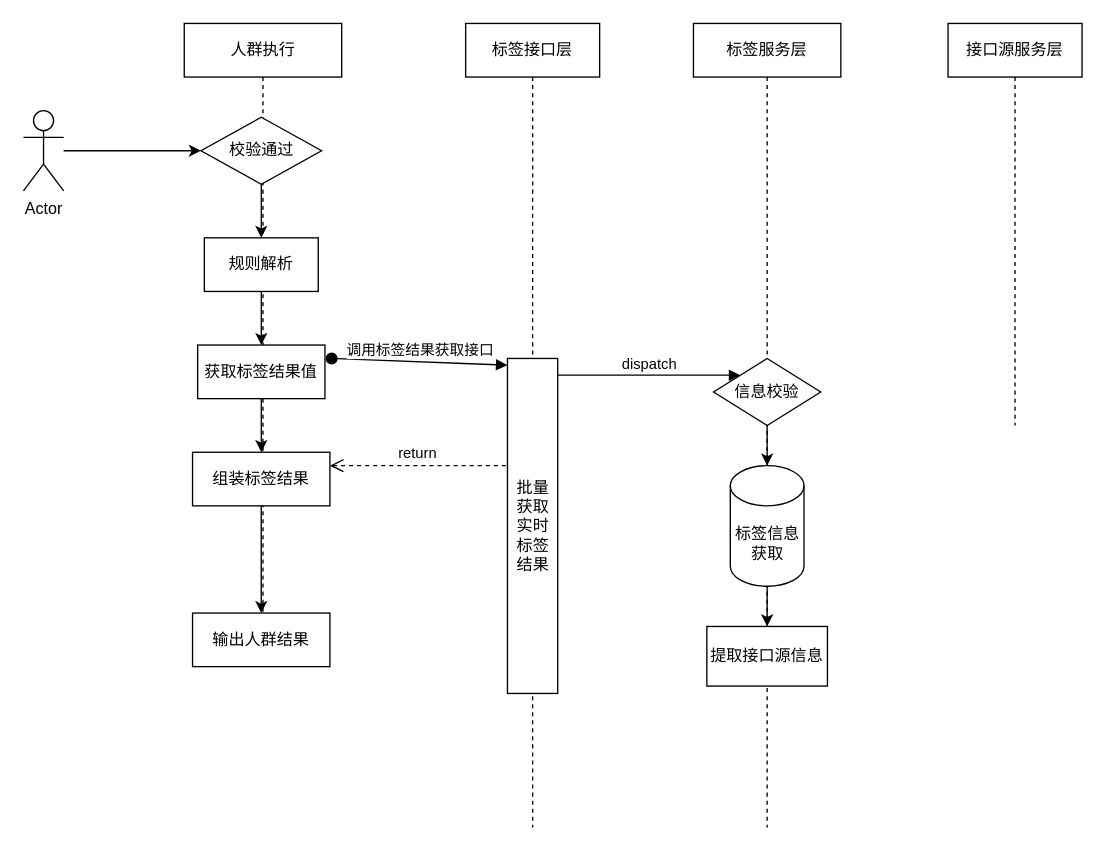
1418956397/JavaWeb-Project-Source-Share keeps this draw.io diagram as 实时标签泳道图.drawio. Above is the earlier version. Source tidied: cells renumbered, new cells numbered last; positions are measured from the earlier drawing's top-left corner, leaving out a move shared by most shapes. Both pictures are drawn from the tidied source at 134%, with x=0, y=0 at pixel (23, 23).
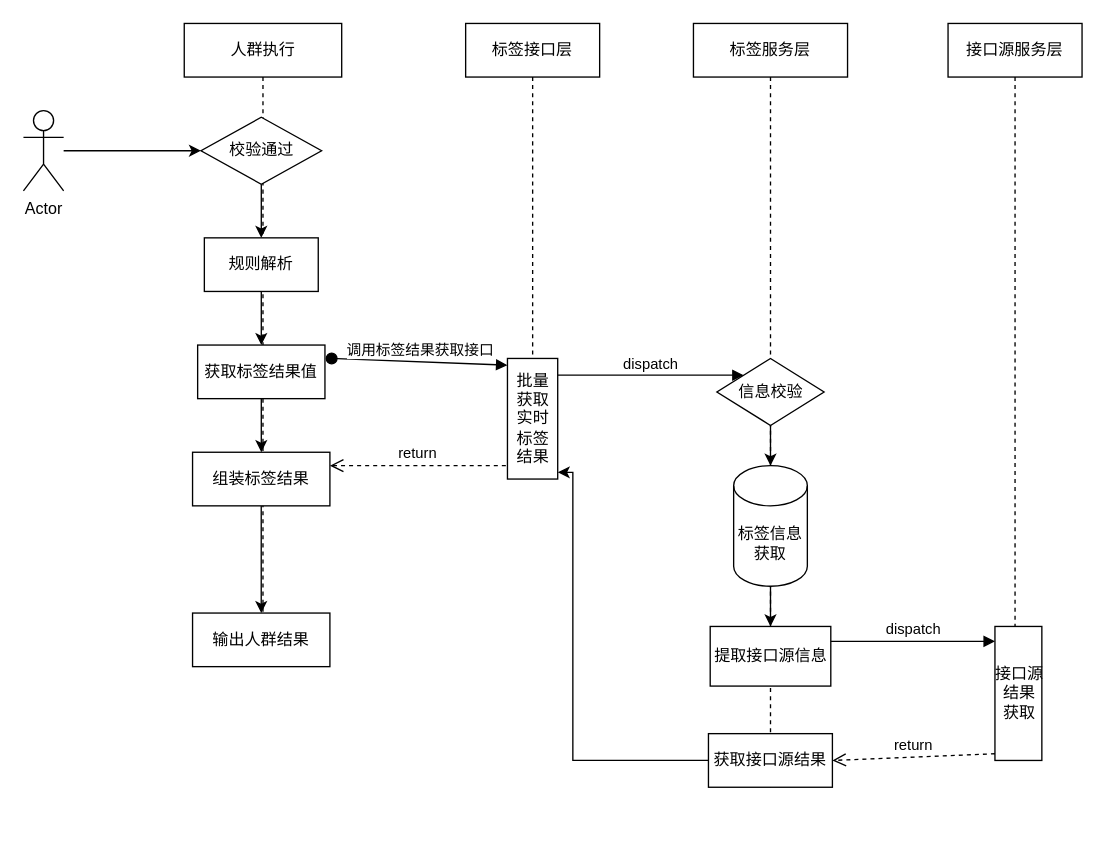
Above is the later version.

Commit message:
更新实时标签泳道图.drawio

What changed in the source:
```diff
@@
     <mxCell id="14" value="标签接口层" style="shape=umlLifeline;perimeter=lifelinePerimeter;whiteSpace=wrap;html=1;newEdgeStyle={&quot;curved&quot;:0,&quot;rounded&quot;:0};" parent="1" vertex="1">
-      <mxGeometry x="330" width="100" height="600" as="geometry" />
+      <mxGeometry x="330" width="100" height="340" as="geometry" />
     </mxCell>
     <mxCell id="15" value="批量&lt;div&gt;获取&lt;/div&gt;&lt;div&gt;实时&lt;/div&gt;&lt;div&gt;标签&lt;/div&gt;&lt;div&gt;结果&lt;/div&gt;" style="html=1;points=[[0,0,0,0,5],[0,1,0,0,-5],[1,0,0,0,5],[1,1,0,0,-5]];perimeter=orthogonalPerimeter;outlineConnect=0;targetShapes=umlLifeline;portConstraint=eastwest;newEdgeStyle={&quot;curved&quot;:0,&quot;rounded&quot;:0};" parent="14" vertex="1">
-      <mxGeometry x="31.2" y="250" width="37.5" height="250" as="geometry" />
+      <mxGeometry x="31.2" y="250" width="37.5" height="90" as="geometry" />
     </mxCell>
@@
     <mxCell id="17" value="标签服务层" style="shape=umlLifeline;perimeter=lifelinePerimeter;whiteSpace=wrap;html=1;newEdgeStyle={&quot;curved&quot;:0,&quot;rounded&quot;:0};" parent="1" vertex="1">
-      <mxGeometry x="500" width="110" height="600" as="geometry" />
+      <mxGeometry x="500" width="115" height="570" as="geometry" />
     </mxCell>
     <mxCell id="18" value="提取接口源信息" style="whiteSpace=wrap;html=1;" parent="17" vertex="1">
-      <mxGeometry x="10" y="450" width="90" height="44.5" as="geometry" />
+      <mxGeometry x="12.5" y="450" width="90" height="44.5" as="geometry" />
     </mxCell>
+    <mxCell id="26" value="获取接口源结果" style="whiteSpace=wrap;html=1;" parent="17" vertex="1">
+      <mxGeometry x="11.2" y="530" width="92.5" height="40" as="geometry" />
+    </mxCell>
@@
     <mxCell id="21" value="信息校验" style="rhombus;whiteSpace=wrap;html=1;" parent="1" vertex="1">
-      <mxGeometry x="515" y="250" width="80" height="50" as="geometry" />
+      <mxGeometry x="517.5" y="250" width="80" height="50" as="geometry" />
     </mxCell>
@@
     <mxCell id="24" value="标签信息获取" style="shape=cylinder3;whiteSpace=wrap;html=1;boundedLbl=1;backgroundOutline=1;size=15;" parent="1" vertex="1">
-      <mxGeometry x="527.5" y="330" width="55" height="90" as="geometry" />
+      <mxGeometry x="530" y="330" width="55" height="90" as="geometry" />
     </mxCell>
     <mxCell id="25" value="接口源服务层" style="shape=umlLifeline;perimeter=lifelinePerimeter;whiteSpace=wrap;html=1;newEdgeStyle={&quot;curved&quot;:0,&quot;rounded&quot;:0};" parent="1" vertex="1">
-      <mxGeometry x="690" width="100" height="300" as="geometry" />
+      <mxGeometry x="690" width="100" height="550" as="geometry" />
     </mxCell>
+    <mxCell id="27" value="接口源&lt;div&gt;结果&lt;/div&gt;&lt;div&gt;获取&lt;/div&gt;" style="html=1;points=[[0,0,0,0,5],[0,1,0,0,-5],[1,0,0,0,5],[1,1,0,0,-5]];perimeter=orthogonalPerimeter;outlineConnect=0;targetShapes=umlLifeline;portConstraint=eastwest;newEdgeStyle={&quot;curved&quot;:0,&quot;rounded&quot;:0};" parent="25" vertex="1">
+      <mxGeometry x="35" y="450" width="35" height="100" as="geometry" />
+    </mxCell>
+    <mxCell id="28" value="dispatch" style="html=1;verticalAlign=bottom;endArrow=block;curved=0;rounded=0;exitX=1;exitY=0.25;exitDx=0;exitDy=0;" parent="1" edge="1" source="18" target="27">
+      <mxGeometry relative="1" as="geometry" />
+    </mxCell>
+    <mxCell id="29" value="return" style="html=1;verticalAlign=bottom;endArrow=open;dashed=1;endSize=8;curved=0;rounded=0;exitX=0;exitY=1;exitDx=0;exitDy=-5;entryX=1;entryY=0.5;entryDx=0;entryDy=0;" parent="1" edge="1" source="27" target="26">
+      <mxGeometry relative="1" as="geometry" />
+    </mxCell>
+    <mxCell id="30" style="edgeStyle=orthogonalEdgeStyle;rounded=0;jettySize=auto;html=1;entryX=1;entryY=1;entryDx=0;entryDy=-5;entryPerimeter=0;" parent="1" edge="1" source="26" target="15">
+      <mxGeometry relative="1" as="geometry">
+        <Array as="points">
+          <mxPoint x="410" y="550" />
+          <mxPoint x="410" y="335" />
+        </Array>
+      </mxGeometry>
+    </mxCell>
```
